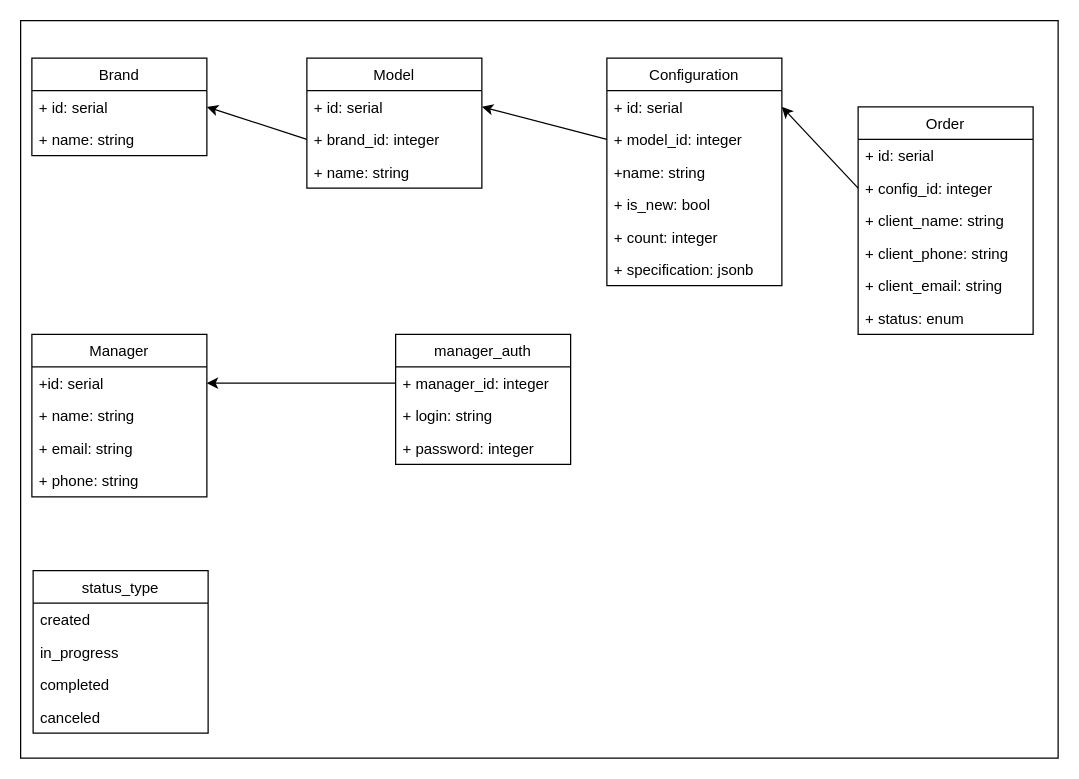
Earlier version of the draw.io diagram docs/db.drawio (blinlol/dealership). Source tidied: cells renumbered, new cells numbered last; positions are measured from the earlier drawing's top-left corner, leaving out a move shared by most shapes. Both pictures are drawn from the tidied source at 125%, with x=0, y=0 at pixel (20, 20).
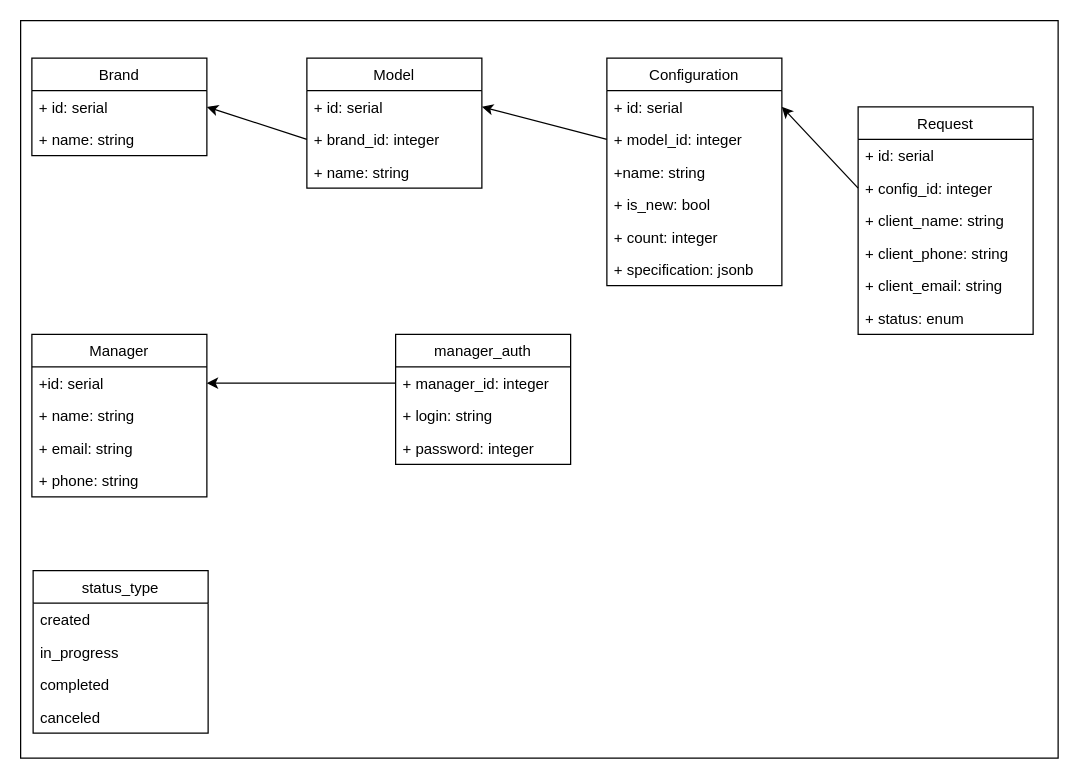
The same page after the edit.

What changed in the source:
```diff
@@
-    <mxCell id="19" value="Order" style="swimlane;fontStyle=0;horizontal=1;startSize=26;fillColor=none;" parent="1" vertex="1">
+    <mxCell id="19" value="Request" style="swimlane;fontStyle=0;horizontal=1;startSize=26;fillColor=none;" parent="1" vertex="1">
       <mxGeometry x="670" y="69" width="140" height="182" as="geometry" />
     </mxCell>
```
